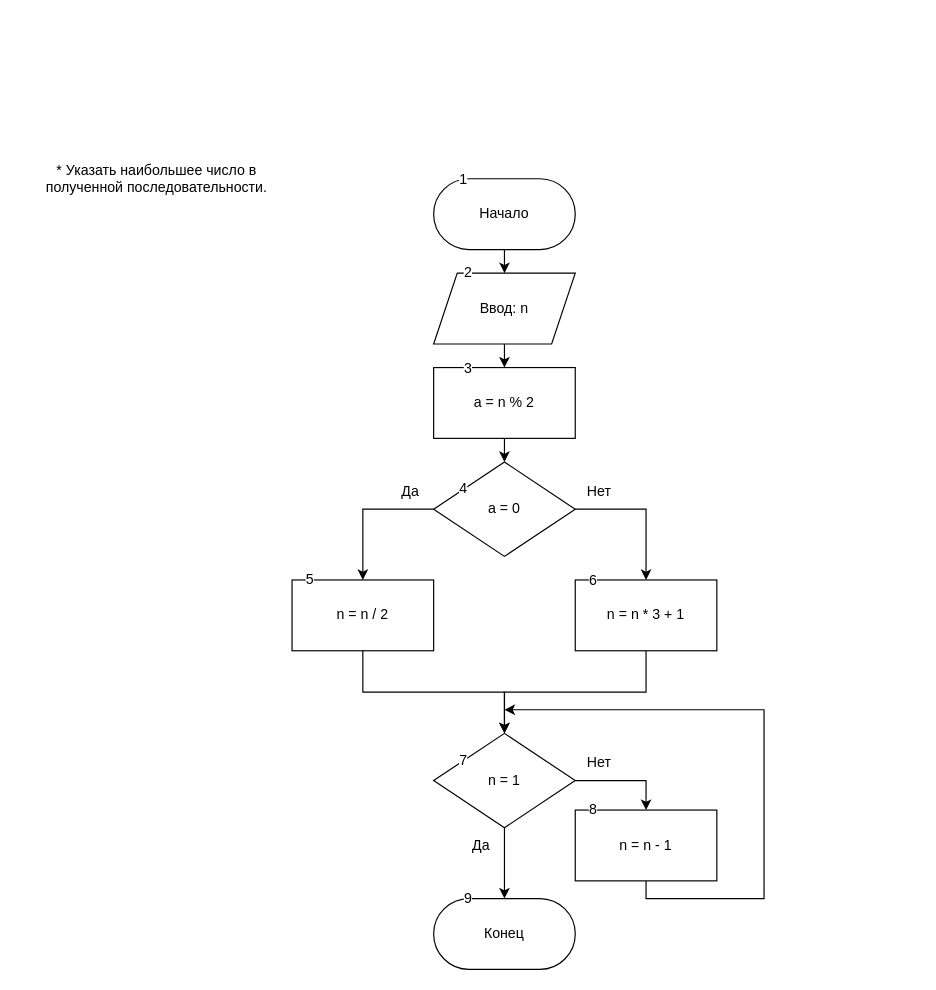
Earlier version of the draw.io diagram page "вариант 2 задание 4" (2 of 6) of pr2 and pr3/pr3.drawio (DeFis33/pr). Source tidied: cells renumbered, new cells numbered last; positions are measured from the earlier drawing's top-left corner, leaving out a move shared by most shapes. Both pictures are drawn from the tidied source at 118%, with x=0, y=0 at pixel (32, 155).
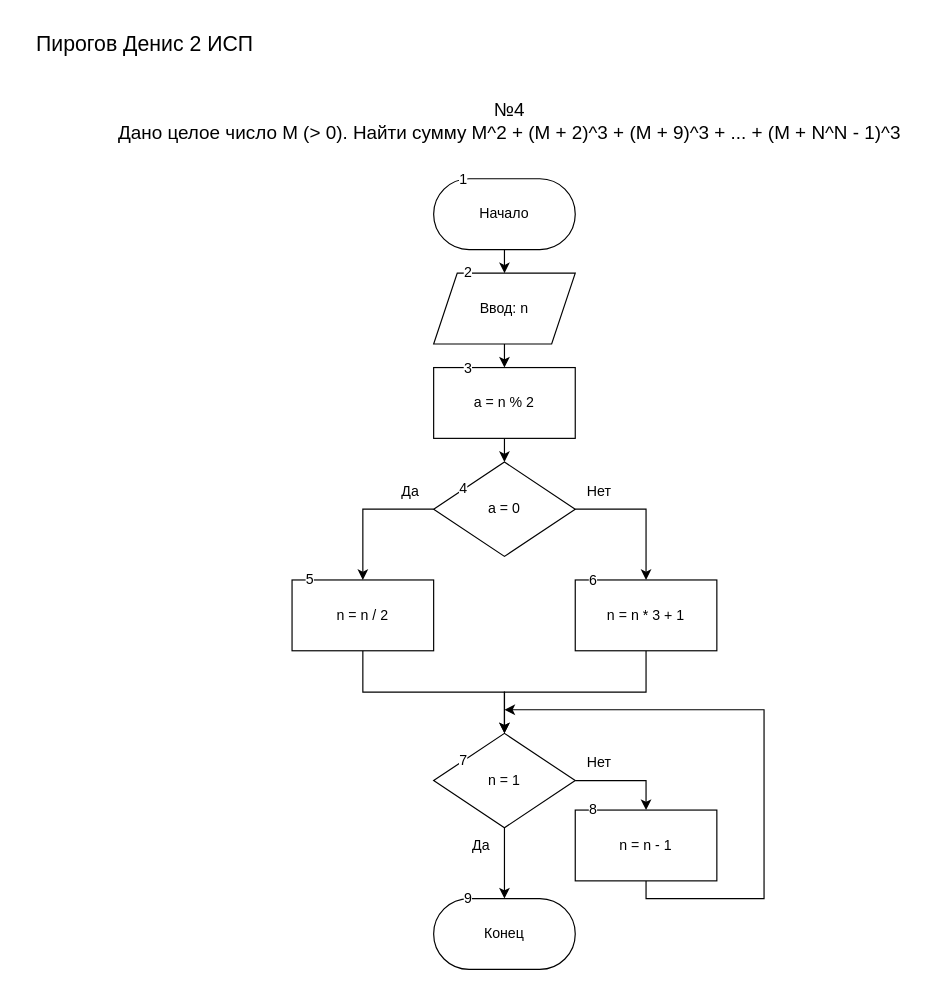
The same page after the edit.

Change to the diagram source:
```diff
@@
-    <mxCell id="34" value="&lt;div&gt;*&amp;nbsp;&lt;span style=&quot;background-color: initial;&quot;&gt;Указать наибольшее число в&lt;/span&gt;&lt;/div&gt;&lt;div&gt;полученной последовательности.&lt;/div&gt;" style="text;html=1;align=center;verticalAlign=middle;strokeColor=none;fillColor=none;" parent="1" vertex="1">
-      <mxGeometry width="210" height="40" as="geometry" />
-    </mxCell>
+    <mxCell id="35" value="&lt;font style=&quot;font-size: 18px;&quot;&gt;Пирогов Денис 2 ИСП&lt;/font&gt;" style="text;html=1;align=center;verticalAlign=middle;" parent="1" vertex="1">
+      <mxGeometry x="-10" y="-114" width="210" height="40" as="geometry" />
+    </mxCell>
+    <mxCell id="36" value="&lt;font style=&quot;font-size: 16px;&quot;&gt;№4&lt;/font&gt;&lt;div style=&quot;font-size: 16px;&quot;&gt;&lt;div style=&quot;&quot;&gt;&lt;font style=&quot;font-size: 16px;&quot;&gt;Дано целое число M (&amp;gt; 0). Найти сумму M^&lt;/font&gt;&lt;span style=&quot;background-color: initial;&quot;&gt;2&amp;nbsp;&lt;/span&gt;&lt;span style=&quot;background-color: initial;&quot;&gt;+ (M + 2)^3&amp;nbsp;&lt;/span&gt;&lt;span style=&quot;background-color: initial;&quot;&gt;+ (M + 9)^3&amp;nbsp;&lt;/span&gt;&lt;span style=&quot;background-color: initial;&quot;&gt;+ ... + (M + N^&lt;/span&gt;&lt;span style=&quot;background-color: initial;&quot;&gt;N - 1&lt;/span&gt;&lt;span style=&quot;background-color: initial;&quot;&gt;)&lt;/span&gt;&lt;span style=&quot;background-color: initial;&quot;&gt;^3&lt;/span&gt;&lt;/div&gt;&lt;/div&gt;" style="text;html=1;align=center;verticalAlign=middle;" parent="1" vertex="1">
+      <mxGeometry x="59" y="-54" width="690" height="50" as="geometry" />
+    </mxCell>
```
